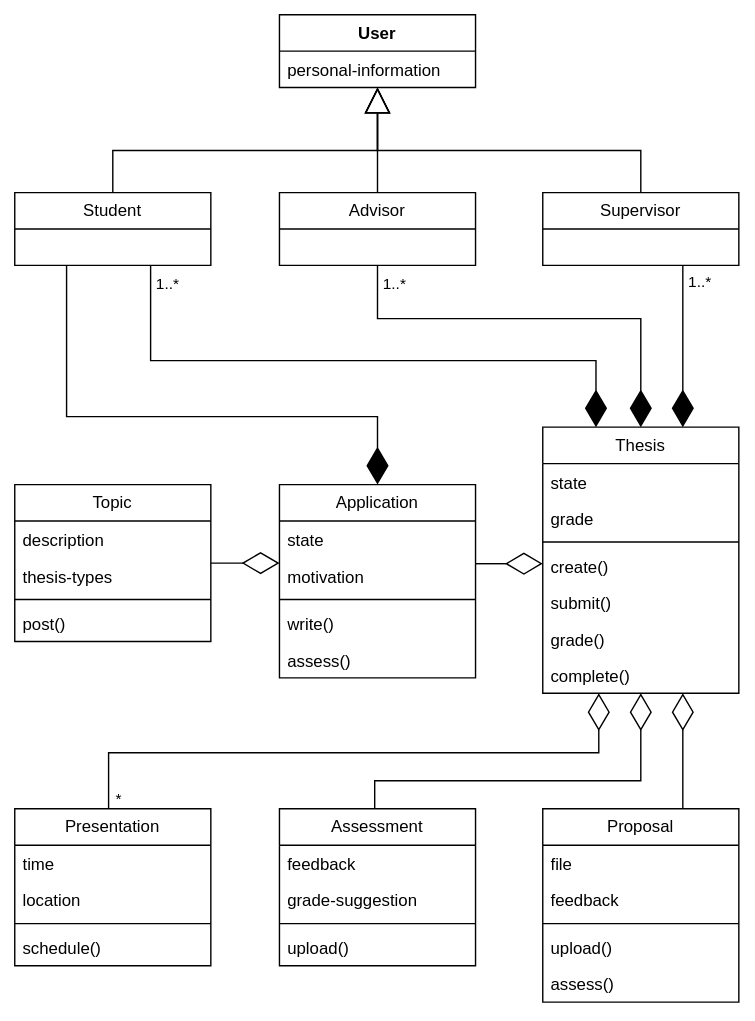
The draw.io diagram analysis-object-modal.svg in fabian-emilius/bachelor-thesis-charts, before a commit. Source tidied: cells renumbered, new cells last; positions are measured from the earlier drawing's top-left corner, leaving out a move shared by most shapes.
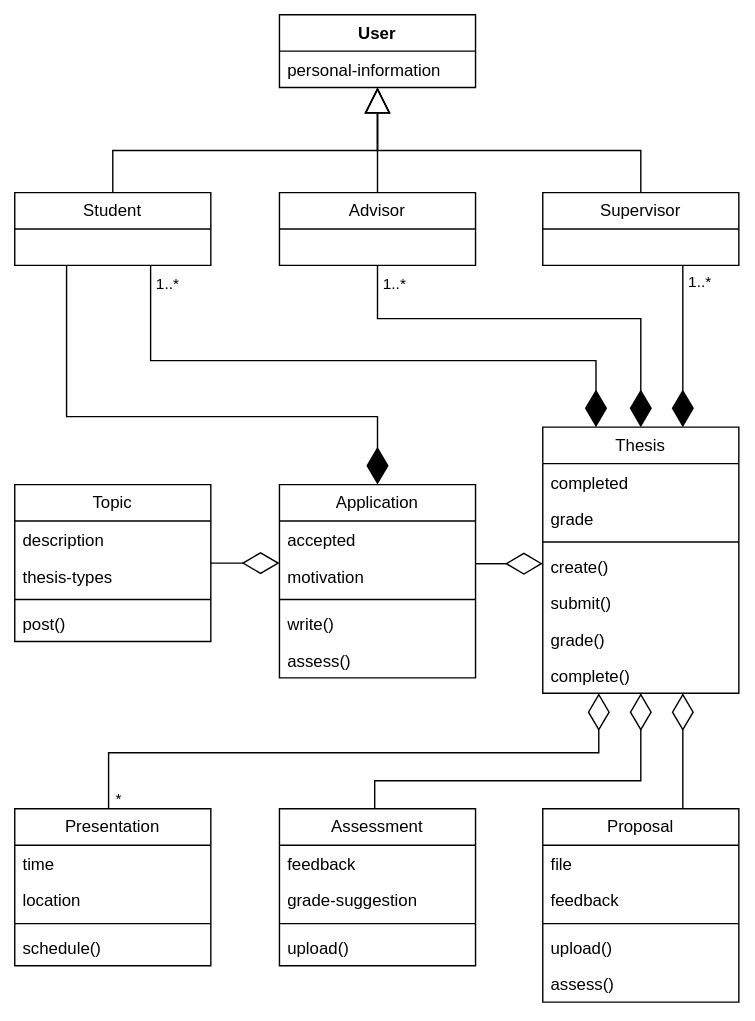
Above is the later version.

What changed in the source:
```diff
@@ -100,7 +100,7 @@
     <mxCell id="20" value="Application" style="swimlane;fontStyle=0;horizontal=1;startSize=26;fillColor=none;whiteSpace=wrap;html=1;" parent="1" vertex="1">
       <mxGeometry x="189" y="335.5" width="140" height="138" as="geometry" />
     </mxCell>
-    <mxCell id="21" value="state" style="text;strokeColor=none;fillColor=none;align=left;verticalAlign=top;spacingLeft=4;spacingRight=4;overflow=hidden;whiteSpace=wrap;html=1;" parent="20" vertex="1">
+    <mxCell id="21" value="accepted" style="text;strokeColor=none;fillColor=none;align=left;verticalAlign=top;spacingLeft=4;spacingRight=4;overflow=hidden;whiteSpace=wrap;html=1;" parent="20" vertex="1">
       <mxGeometry y="26" width="140" height="26" as="geometry" />
     </mxCell>
     <mxCell id="22" value="motivation" style="text;strokeColor=none;fillColor=none;align=left;verticalAlign=top;spacingLeft=4;spacingRight=4;overflow=hidden;whiteSpace=wrap;html=1;" parent="20" vertex="1">
@@ -118,7 +118,7 @@
     <mxCell id="26" value="Thesis" style="swimlane;fontStyle=0;horizontal=1;startSize=26;fillColor=none;whiteSpace=wrap;html=1;" parent="1" vertex="1">
       <mxGeometry x="377" y="294.5" width="140" height="190" as="geometry" />
     </mxCell>
-    <mxCell id="27" value="state" style="text;strokeColor=none;fillColor=none;align=left;verticalAlign=top;spacingLeft=4;spacingRight=4;overflow=hidden;whiteSpace=wrap;html=1;" parent="26" vertex="1">
+    <mxCell id="27" value="completed" style="text;strokeColor=none;fillColor=none;align=left;verticalAlign=top;spacingLeft=4;spacingRight=4;overflow=hidden;whiteSpace=wrap;html=1;" parent="26" vertex="1">
       <mxGeometry y="26" width="140" height="26" as="geometry" />
     </mxCell>
     <mxCell id="28" value="grade" style="text;strokeColor=none;fillColor=none;align=left;verticalAlign=top;spacingLeft=4;spacingRight=4;overflow=hidden;whiteSpace=wrap;html=1;" parent="26" vertex="1">
```
